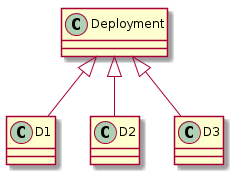
Earlier version of the PlantUML export doc/Deployments.png (ArthurMargerit/Compo). The source it was exported from:
```plantuml
@startuml


Class D1 {

}


Deployment <|-- D1







Class D2 {

}


Deployment <|-- D2







Class D3 {

}


Deployment <|-- D3






@enduml
```
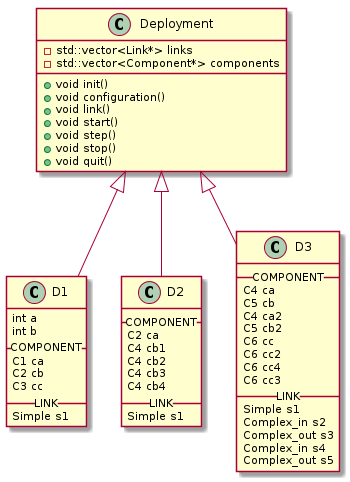
Above is the later version.

The edit, as a diff of the source:
```diff
@@ -1,8 +1,27 @@
 @startuml
+
+class Deployment {
+   - std::vector<Link*> links
+   - std::vector<Component*> components
+   + void init()
+   + void configuration()
+   + void link()
+   + void start()
+   + void step()
+   + void stop()
+   + void quit()
+}
 
 
 Class D1 {
-
+int a
+int b
+__ COMPONENT __
+C1 ca
+C2 cb
+C3 cc
+__ LINK __
+Simple s1
 }
 
 
@@ -11,11 +30,15 @@
 
 
 
-
-
-
 Class D2 {
-
+__ COMPONENT __
+C2 ca
+C4 cb1
+C4 cb2
+C4 cb3
+C4 cb4
+__ LINK __
+Simple s1
 }
 
 
@@ -24,11 +47,22 @@
 
 
 
-
-
-
 Class D3 {
-
+__ COMPONENT __
+C4 ca
+C5 cb
+C4 ca2
+C5 cb2
+C6 cc
+C6 cc2
+C6 cc4
+C6 cc3
+__ LINK __
+Simple s1
+Complex_in s2
+Complex_out s3
+Complex_in s4
+Complex_out s5
 }
 
 
@@ -37,6 +71,4 @@
 
 
 
-
-
 @enduml
```
